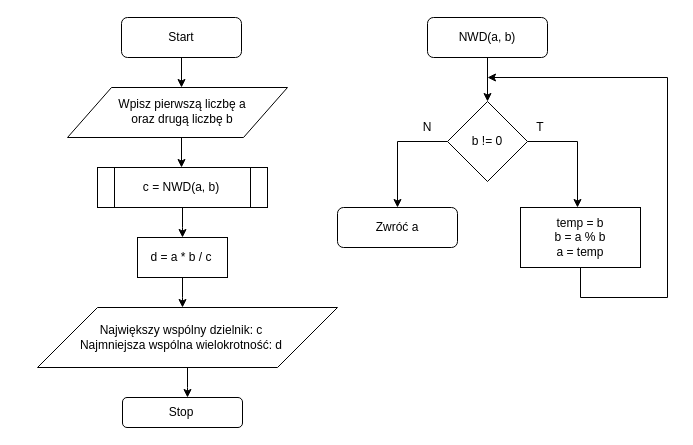
Before: C++/Lab03/3.2.drawio in Ark223/Uni-Programming, a draw.io diagram. Source tidied: cells renumbered, new cells numbered last; positions are measured from the earlier drawing's top-left corner, leaving out a move shared by most shapes. Both pictures are drawn from the tidied source at 100%, with x=0, y=0 at pixel (37, 17).
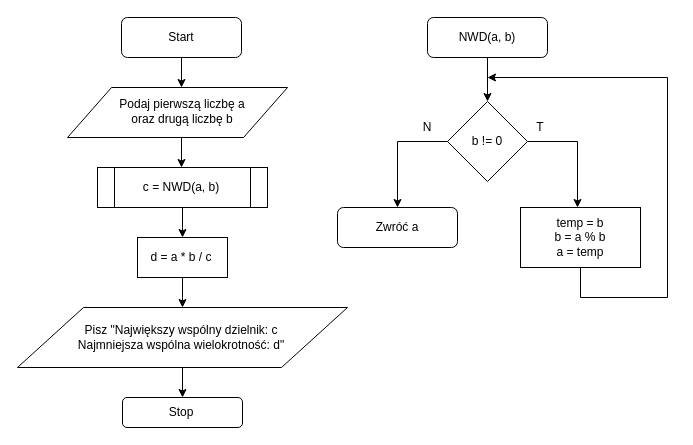
After the change.

Unchanged cells that the change refers to:
```xml
<mxCell id="17" style="rounded=1;whiteSpace=wrap;html=1;" parent="1" vertex="1">
  <mxGeometry x="85" y="380" width="120" height="30" as="geometry" />
</mxCell>
```

What changed in the source:
```diff
@@
-    <mxCell id="7" value="Wpisz pierwszą&amp;nbsp;liczbę&amp;nbsp;a&lt;br&gt;oraz drugą liczbę b" style="text;html=1;strokeColor=none;fillColor=none;align=center;verticalAlign=middle;whiteSpace=wrap;rounded=0;" parent="1" vertex="1">
+    <mxCell id="7" value="Podaj pierwszą&amp;nbsp;liczbę&amp;nbsp;a&lt;br&gt;oraz drugą liczbę b" style="text;html=1;strokeColor=none;fillColor=none;align=center;verticalAlign=middle;whiteSpace=wrap;rounded=0;" parent="1" vertex="1">
       <mxGeometry x="40" y="84" width="210" height="20" as="geometry" />
     </mxCell>
@@
-    <mxCell id="14" style="edgeStyle=orthogonalEdgeStyle;rounded=0;jettySize=auto;html=1;" parent="1" edge="1" source="15">
-      <mxGeometry relative="1" as="geometry">
-        <mxPoint x="150" y="380" as="targetPoint" />
-      </mxGeometry>
+    <mxCell id="14" style="edgeStyle=orthogonalEdgeStyle;rounded=0;jettySize=auto;html=1;entryX=0.5;entryY=0;entryDx=0;entryDy=0;" parent="1" edge="1" source="15" target="17">
+      <mxGeometry relative="1" as="geometry" />
     </mxCell>
     <mxCell id="15" style="shape=parallelogram;perimeter=parallelogramPerimeter;whiteSpace=wrap;html=1;" parent="1" vertex="1">
-      <mxGeometry y="290" width="300" height="60" as="geometry" />
+      <mxGeometry x="-20" y="290" width="330" height="60" as="geometry" />
     </mxCell>
-    <mxCell id="16" value="Największy wspólny dzielnik: c&lt;br&gt;Najmniejsza wspólna wielokrotność: d" style="text;html=1;strokeColor=none;fillColor=none;align=center;verticalAlign=middle;whiteSpace=wrap;rounded=0;" parent="1" vertex="1">
+    <mxCell id="16" value="Pisz &quot;Największy wspólny dzielnik: c&lt;br&gt;Najmniejsza wspólna wielokrotność: d&quot;" style="text;html=1;strokeColor=none;fillColor=none;align=center;verticalAlign=middle;whiteSpace=wrap;rounded=0;" parent="1" vertex="1">
       <mxGeometry x="39" y="310" width="210" height="20" as="geometry" />
     </mxCell>
```
